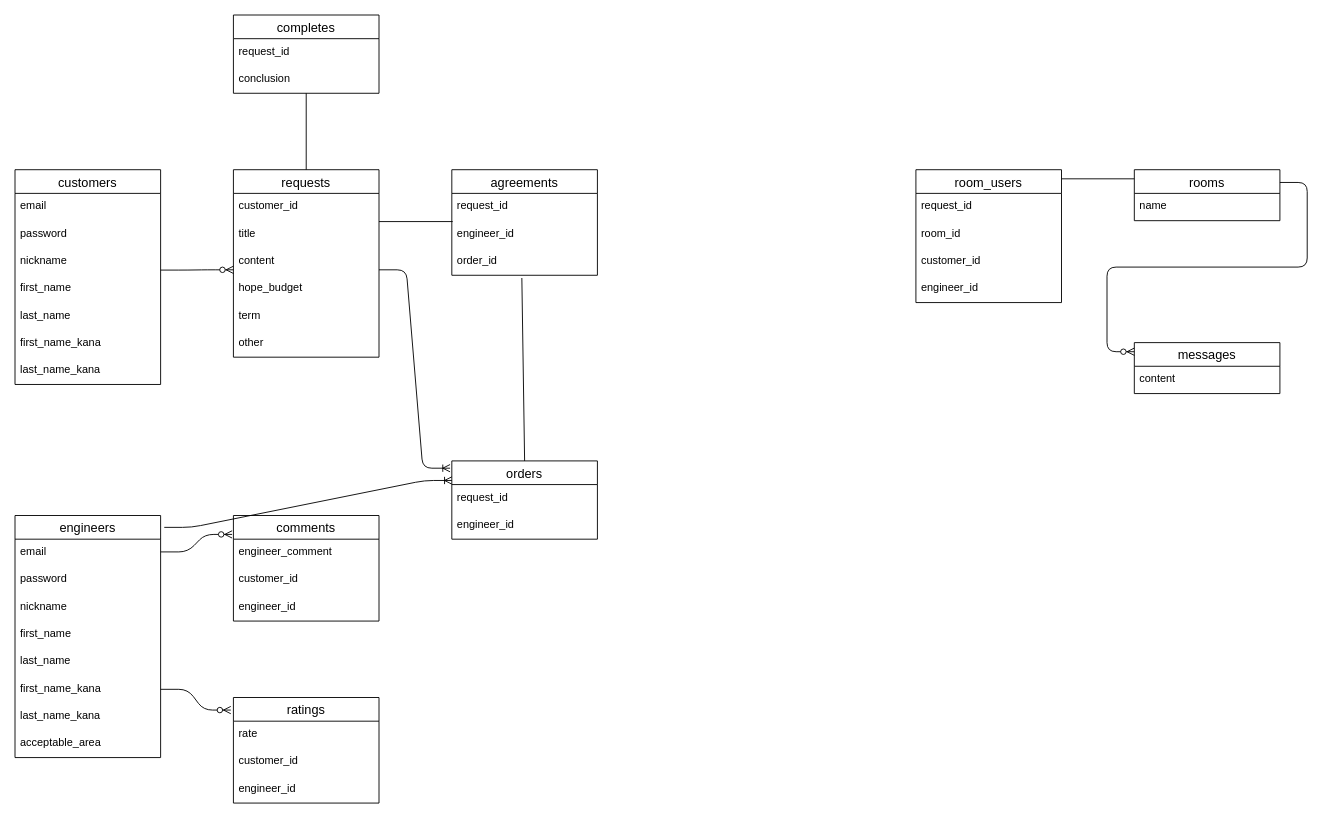
This is er.dio from ikun2019/exece_bridge, a draw.io file, before an edit. Source tidied: cells renumbered, new cells numbered last; positions are measured from the earlier drawing's top-left corner, leaving out a move shared by most shapes. Both pictures are drawn from the tidied source at 91%, with x=0, y=0 at pixel (15, 15).
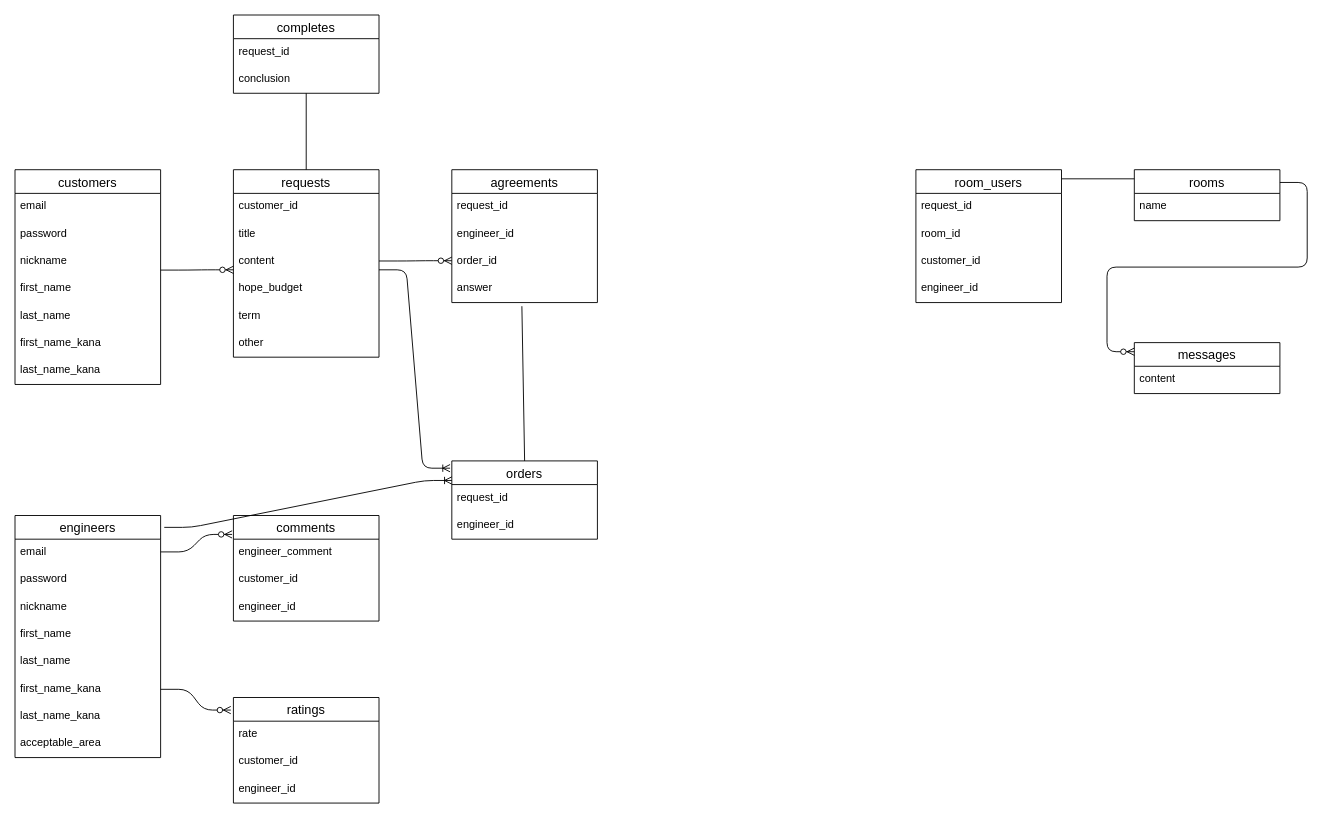
The same page after the edit.

The change refers to these unchanged cells:
```xml
<mxCell id="47" value="orders" style="swimlane;fontStyle=0;horizontal=1;startSize=26;align=center;fontSize=14;" parent="1" vertex="1">
  <mxGeometry x="480" y="490" width="160" height="86" as="geometry" />
</mxCell>
<mxCell id="55" value="engineer_id" style="text;strokeColor=none;fillColor=none;spacingLeft=4;spacingRight=4;overflow=hidden;points=[[0,0.5],[1,0.5]];portConstraint=eastwest;fontSize=12;" parent="53" vertex="1">
  <mxGeometry y="56" width="160" height="30" as="geometry" />
</mxCell>
<mxCell id="56" value="order_id" style="text;strokeColor=none;fillColor=none;spacingLeft=4;spacingRight=4;overflow=hidden;points=[[0,0.5],[1,0.5]];portConstraint=eastwest;fontSize=12;" parent="53" vertex="1">
  <mxGeometry y="86" width="160" height="30" as="geometry" />
</mxCell>
```

The edit, as a diff of the source:
```diff
@@
     <mxCell id="53" value="agreements" style="swimlane;fontStyle=0;horizontal=1;startSize=26;align=center;fontSize=14;" parent="1" vertex="1">
-      <mxGeometry x="480" y="170" width="160" height="116" as="geometry" />
+      <mxGeometry x="480" y="170" width="160" height="146" as="geometry" />
     </mxCell>
@@
+    <mxCell id="63" value="answer" style="text;strokeColor=none;fillColor=none;spacingLeft=4;spacingRight=4;overflow=hidden;fontSize=12;" parent="53" vertex="1">
+      <mxGeometry y="116" width="160" height="30" as="geometry" />
+    </mxCell>
@@
-    <mxCell id="60" style="endArrow=none;html=1;rounded=0;entryX=0.006;entryY=0.033;entryDx=0;entryDy=0;entryPerimeter=0;" parent="1" edge="1" target="55">
-      <mxGeometry relative="1" as="geometry">
-        <mxPoint x="400" y="227" as="sourcePoint" />
-      </mxGeometry>
-    </mxCell>
@@
-    <mxCell id="62" style="endArrow=none;html=1;rounded=0;exitX=0.5;exitY=0;exitDx=0;exitDy=0;entryX=0.481;entryY=1.1;entryDx=0;entryDy=0;entryPerimeter=0;" parent="1" edge="1" source="47" target="56">
-      <mxGeometry relative="1" as="geometry" />
+    <mxCell id="62" style="endArrow=none;html=1;rounded=0;exitX=0.5;exitY=0;exitDx=0;exitDy=0;" parent="1" edge="1" source="47">
+      <mxGeometry relative="1" as="geometry">
+        <mxPoint x="557" y="320" as="targetPoint" />
+      </mxGeometry>
     </mxCell>
+    <mxCell id="64" style="edgeStyle=entityRelationEdgeStyle;fontSize=12;html=1;endArrow=ERzeroToMany;endFill=1;entryX=0;entryY=0.8;entryDx=0;entryDy=0;entryPerimeter=0;" parent="1" edge="1">
+      <mxGeometry relative="1" as="geometry">
+        <mxPoint x="400" y="270.3" as="sourcePoint" />
+        <mxPoint x="480" y="270" as="targetPoint" />
+      </mxGeometry>
+    </mxCell>
```
